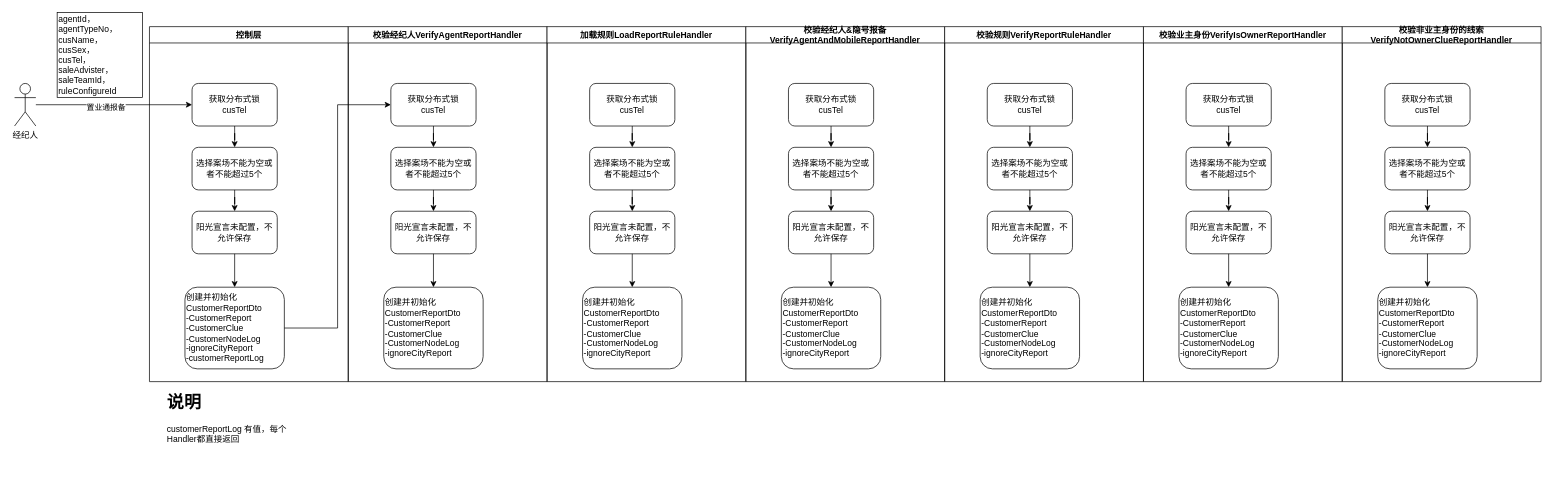
This is 客户中心.drawio from juesuchen/diagrams, a draw.io file, before an edit. Source tidied: cells renumbered, new cells numbered last; positions are measured from the earlier drawing's top-left corner, leaving out a move shared by most shapes. Both pictures are drawn from the tidied source at 71%, with x=0, y=0 at pixel (14, 12).
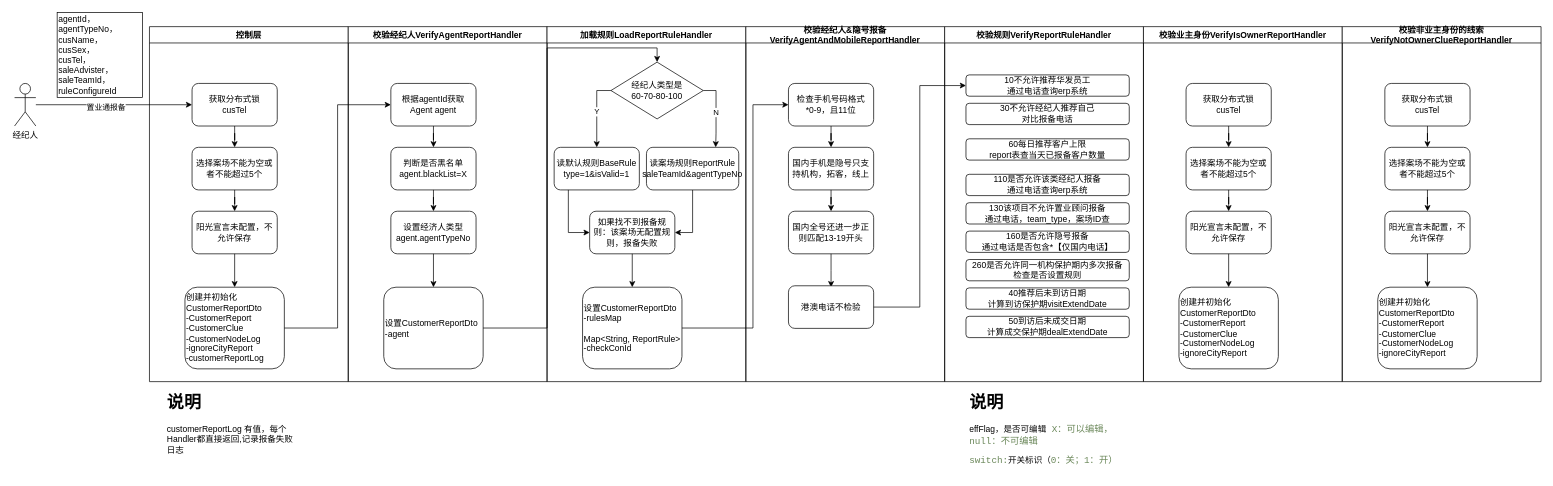
Above is the later version.

Commit message:
更新客户中心.drawio

The change refers to these unchanged cells:
```xml
<mxCell id="14" value="校验经纪人VerifyAgentReportHandler" style="swimlane;whiteSpace=wrap;html=1;shadow=0;" parent="1" vertex="1">
  <mxGeometry x="470" y="20" width="280" height="500" as="geometry" />
</mxCell>
<mxCell id="23" value="加载规则LoadReportRuleHandler" style="swimlane;whiteSpace=wrap;html=1;shadow=0;" parent="1" vertex="1">
  <mxGeometry x="750" y="20" width="280" height="500" as="geometry" />
</mxCell>
<mxCell id="31" value="校验经纪人&amp;amp;隐号报备VerifyAgentAndMobileReportHandler" style="swimlane;whiteSpace=wrap;html=1;shadow=0;" parent="1" vertex="1">
  <mxGeometry x="1030" y="20" width="280" height="500" as="geometry" />
</mxCell>
<mxCell id="39" value="校验规则VerifyReportRuleHandler" style="swimlane;whiteSpace=wrap;html=1;shadow=0;startSize=23;" parent="1" vertex="1">
  <mxGeometry x="1310" y="20" width="280" height="500" as="geometry" />
</mxCell>
```

Change to the diagram source:
```diff
@@
-    <mxCell id="16" value="&lt;div class=&quot;mind-clipboard&quot;&gt;获取分布式锁&lt;div&gt;cusTel&lt;/div&gt;&lt;/div&gt;" style="rounded=1;whiteSpace=wrap;html=1;shadow=0;" parent="14" vertex="1">
+    <mxCell id="16" value="&lt;div class=&quot;mind-clipboard&quot;&gt;根据agentId获取Agent agent&lt;/div&gt;" style="rounded=1;whiteSpace=wrap;html=1;shadow=0;" parent="14" vertex="1">
       <mxGeometry x="60" y="80" width="120" height="60" as="geometry" />
     </mxCell>
-    <mxCell id="17" value="&lt;div class=&quot;mind-clipboard&quot;&gt;选择案场不能为空或者不能超过5个&lt;br&gt;&lt;/div&gt;" style="rounded=1;whiteSpace=wrap;html=1;shadow=0;" parent="14" vertex="1">
+    <mxCell id="17" value="&lt;div class=&quot;mind-clipboard&quot;&gt;判断是否黑名单&lt;br&gt;&lt;/div&gt;&lt;div class=&quot;mind-clipboard&quot;&gt;agent.blackList=X&lt;/div&gt;" style="rounded=1;whiteSpace=wrap;html=1;shadow=0;" parent="14" vertex="1">
       <mxGeometry x="60" y="170" width="120" height="60" as="geometry" />
     </mxCell>
-    <mxCell id="18" value="&lt;div class=&quot;mind-clipboard&quot;&gt;阳光宣言未配置，不允许保存&lt;br&gt;&lt;/div&gt;" style="rounded=1;whiteSpace=wrap;html=1;shadow=0;" parent="14" vertex="1">
+    <mxCell id="18" value="&lt;div class=&quot;mind-clipboard&quot;&gt;设置经济人类型&lt;/div&gt;&lt;div class=&quot;mind-clipboard&quot;&gt;agent.agentTypeNo&lt;/div&gt;" style="rounded=1;whiteSpace=wrap;html=1;shadow=0;" parent="14" vertex="1">
       <mxGeometry x="60" y="260" width="120" height="60" as="geometry" />
     </mxCell>
@@
-    <mxCell id="20" value="&lt;div class=&quot;mind-clipboard&quot;&gt;创建并初始化CustomerReportDto&lt;br&gt;&lt;/div&gt;&lt;div class=&quot;mind-clipboard&quot;&gt;-CustomerReport&lt;/div&gt;&lt;div class=&quot;mind-clipboard&quot;&gt;-CustomerClue&lt;/div&gt;&lt;div class=&quot;mind-clipboard&quot;&gt;-CustomerNodeLog&lt;/div&gt;&lt;div class=&quot;mind-clipboard&quot;&gt;-ignoreCityReport&lt;/div&gt;" style="rounded=1;whiteSpace=wrap;html=1;shadow=0;align=left;" parent="14" vertex="1">
+    <mxCell id="20" value="&lt;div class=&quot;mind-clipboard&quot;&gt;设置CustomerReportDto&lt;br&gt;&lt;/div&gt;&lt;div class=&quot;mind-clipboard&quot;&gt;-agent&lt;/div&gt;" style="rounded=1;whiteSpace=wrap;html=1;shadow=0;align=left;" parent="14" vertex="1">
       <mxGeometry x="50" y="367" width="140" height="115" as="geometry" />
     </mxCell>
@@
-    <mxCell id="24" style="edgeStyle=orthogonalEdgeStyle;rounded=0;jettySize=auto;html=1;" parent="23" edge="1" source="25" target="26">
+    <mxCell id="24" value="Y" style="edgeStyle=orthogonalEdgeStyle;rounded=0;jettySize=auto;html=1;exitX=0;exitY=0.5;exitDx=0;exitDy=0;" parent="23" edge="1" source="65" target="26">
       <mxGeometry relative="1" as="geometry" />
     </mxCell>
-    <mxCell id="25" value="&lt;div class=&quot;mind-clipboard&quot;&gt;获取分布式锁&lt;div&gt;cusTel&lt;/div&gt;&lt;/div&gt;" style="rounded=1;whiteSpace=wrap;html=1;shadow=0;" parent="23" vertex="1">
-      <mxGeometry x="60" y="80" width="120" height="60" as="geometry" />
-    </mxCell>
-    <mxCell id="26" value="&lt;div class=&quot;mind-clipboard&quot;&gt;选择案场不能为空或者不能超过5个&lt;br&gt;&lt;/div&gt;" style="rounded=1;whiteSpace=wrap;html=1;shadow=0;" parent="23" vertex="1">
-      <mxGeometry x="60" y="170" width="120" height="60" as="geometry" />
+    <mxCell id="26" value="&lt;div class=&quot;mind-clipboard&quot;&gt;读默认规则BaseRule&lt;/div&gt;&lt;div class=&quot;mind-clipboard&quot;&gt;type=1&amp;amp;isValid=1&lt;/div&gt;" style="rounded=1;whiteSpace=wrap;html=1;shadow=0;" parent="23" vertex="1">
+      <mxGeometry x="10" y="170" width="120" height="60" as="geometry" />
     </mxCell>
-    <mxCell id="27" value="&lt;div class=&quot;mind-clipboard&quot;&gt;阳光宣言未配置，不允许保存&lt;br&gt;&lt;/div&gt;" style="rounded=1;whiteSpace=wrap;html=1;shadow=0;" parent="23" vertex="1">
+    <mxCell id="27" value="&lt;div class=&quot;mind-clipboard&quot;&gt;如果找不到报备规则：该案场无配置规则，报备失败&lt;br&gt;&lt;/div&gt;" style="rounded=1;whiteSpace=wrap;html=1;shadow=0;" parent="23" vertex="1">
       <mxGeometry x="60" y="260" width="120" height="60" as="geometry" />
     </mxCell>
     <mxCell id="28" style="edgeStyle=orthogonalEdgeStyle;rounded=0;jettySize=auto;html=1;" parent="23" edge="1" source="26" target="27">
-      <mxGeometry relative="1" as="geometry" />
+      <mxGeometry relative="1" as="geometry">
+        <Array as="points">
+          <mxPoint x="30" y="290" />
+        </Array>
+      </mxGeometry>
     </mxCell>
-    <mxCell id="29" value="&lt;div class=&quot;mind-clipboard&quot;&gt;创建并初始化CustomerReportDto&lt;br&gt;&lt;/div&gt;&lt;div class=&quot;mind-clipboard&quot;&gt;-CustomerReport&lt;/div&gt;&lt;div class=&quot;mind-clipboard&quot;&gt;-CustomerClue&lt;/div&gt;&lt;div class=&quot;mind-clipboard&quot;&gt;-CustomerNodeLog&lt;/div&gt;&lt;div class=&quot;mind-clipboard&quot;&gt;-ignoreCityReport&lt;/div&gt;" style="rounded=1;whiteSpace=wrap;html=1;shadow=0;align=left;" parent="23" vertex="1">
+    <mxCell id="29" value="&lt;div class=&quot;mind-clipboard&quot;&gt;设置CustomerReportDto&lt;br&gt;&lt;/div&gt;&lt;div class=&quot;mind-clipboard&quot;&gt;-rulesMap&lt;/div&gt;&lt;div class=&quot;mind-clipboard&quot;&gt;&lt;br&gt;&lt;/div&gt;&lt;div class=&quot;mind-clipboard&quot;&gt;Map&amp;lt;String, ReportRule&amp;gt;&lt;br&gt;&lt;/div&gt;&lt;div class=&quot;mind-clipboard&quot;&gt;-checkConId&lt;/div&gt;" style="rounded=1;whiteSpace=wrap;html=1;shadow=0;align=left;" parent="23" vertex="1">
       <mxGeometry x="50" y="367" width="140" height="115" as="geometry" />
     </mxCell>
@@
+    <mxCell id="64" value="N" style="edgeStyle=orthogonalEdgeStyle;rounded=0;jettySize=auto;html=1;exitX=1;exitY=0.5;exitDx=0;exitDy=0;entryX=0.75;entryY=0;entryDx=0;entryDy=0;" parent="23" edge="1" source="65" target="67">
+      <mxGeometry relative="1" as="geometry">
+        <Array as="points">
+          <mxPoint x="238" y="90" />
+          <mxPoint x="238" y="150" />
+        </Array>
+      </mxGeometry>
+    </mxCell>
+    <mxCell id="65" value="经纪人类型是&lt;br&gt;60-70-80-100" style="rhombus;whiteSpace=wrap;html=1;shadow=0;labelBackgroundColor=default;" parent="23" vertex="1">
+      <mxGeometry x="90" y="50" width="130" height="80" as="geometry" />
+    </mxCell>
+    <mxCell id="66" style="edgeStyle=orthogonalEdgeStyle;rounded=0;jettySize=auto;html=1;exitX=0.5;exitY=1;exitDx=0;exitDy=0;entryX=1;entryY=0.5;entryDx=0;entryDy=0;" parent="23" edge="1" source="67" target="27">
+      <mxGeometry relative="1" as="geometry" />
+    </mxCell>
+    <mxCell id="67" value="&lt;div class=&quot;mind-clipboard&quot;&gt;读案场规则ReportRule&lt;/div&gt;&lt;div class=&quot;mind-clipboard&quot;&gt;saleTeamId&amp;amp;agentTypeNo&lt;/div&gt;" style="rounded=1;whiteSpace=wrap;html=1;shadow=0;" parent="23" vertex="1">
+      <mxGeometry x="140" y="170" width="130" height="60" as="geometry" />
+    </mxCell>
@@
-    <mxCell id="33" value="&lt;div class=&quot;mind-clipboard&quot;&gt;获取分布式锁&lt;div&gt;cusTel&lt;/div&gt;&lt;/div&gt;" style="rounded=1;whiteSpace=wrap;html=1;shadow=0;" parent="31" vertex="1">
+    <mxCell id="33" value="&lt;div class=&quot;mind-clipboard&quot;&gt;检查手机号码格式&lt;/div&gt;&lt;div class=&quot;mind-clipboard&quot;&gt;*0-9，且11位&lt;/div&gt;" style="rounded=1;whiteSpace=wrap;html=1;shadow=0;" parent="31" vertex="1">
       <mxGeometry x="60" y="80" width="120" height="60" as="geometry" />
     </mxCell>
-    <mxCell id="34" value="&lt;div class=&quot;mind-clipboard&quot;&gt;选择案场不能为空或者不能超过5个&lt;br&gt;&lt;/div&gt;" style="rounded=1;whiteSpace=wrap;html=1;shadow=0;" parent="31" vertex="1">
+    <mxCell id="34" value="&lt;div class=&quot;mind-clipboard&quot;&gt;国内手机是隐号只支持机构，拓客，线上&lt;/div&gt;" style="rounded=1;whiteSpace=wrap;html=1;shadow=0;" parent="31" vertex="1">
       <mxGeometry x="60" y="170" width="120" height="60" as="geometry" />
     </mxCell>
-    <mxCell id="35" value="&lt;div class=&quot;mind-clipboard&quot;&gt;阳光宣言未配置，不允许保存&lt;br&gt;&lt;/div&gt;" style="rounded=1;whiteSpace=wrap;html=1;shadow=0;" parent="31" vertex="1">
+    <mxCell id="35" value="&lt;div class=&quot;mind-clipboard&quot;&gt;国内全号还进一步正则匹配13-19开头&lt;/div&gt;" style="rounded=1;whiteSpace=wrap;html=1;shadow=0;" parent="31" vertex="1">
       <mxGeometry x="60" y="260" width="120" height="60" as="geometry" />
     </mxCell>
@@
-    <mxCell id="37" value="&lt;div class=&quot;mind-clipboard&quot;&gt;创建并初始化CustomerReportDto&lt;br&gt;&lt;/div&gt;&lt;div class=&quot;mind-clipboard&quot;&gt;-CustomerReport&lt;/div&gt;&lt;div class=&quot;mind-clipboard&quot;&gt;-CustomerClue&lt;/div&gt;&lt;div class=&quot;mind-clipboard&quot;&gt;-CustomerNodeLog&lt;/div&gt;&lt;div class=&quot;mind-clipboard&quot;&gt;-ignoreCityReport&lt;/div&gt;" style="rounded=1;whiteSpace=wrap;html=1;shadow=0;align=left;" parent="31" vertex="1">
-      <mxGeometry x="50" y="367" width="140" height="115" as="geometry" />
-    </mxCell>
-    <mxCell id="38" style="edgeStyle=orthogonalEdgeStyle;rounded=0;jettySize=auto;html=1;" parent="31" edge="1" source="35" target="37">
-      <mxGeometry relative="1" as="geometry" />
+    <mxCell id="38" style="edgeStyle=orthogonalEdgeStyle;rounded=0;jettySize=auto;html=1;" parent="31" edge="1" source="35">
+      <mxGeometry relative="1" as="geometry">
+        <mxPoint x="120" y="367" as="targetPoint" />
+      </mxGeometry>
     </mxCell>
+    <mxCell id="68" value="&lt;div class=&quot;mind-clipboard&quot;&gt;港澳电话不检验&lt;/div&gt;" style="rounded=1;whiteSpace=wrap;html=1;shadow=0;" parent="31" vertex="1">
+      <mxGeometry x="60" y="365" width="120" height="60" as="geometry" />
+    </mxCell>
@@
-    <mxCell id="40" style="edgeStyle=orthogonalEdgeStyle;rounded=0;jettySize=auto;html=1;" parent="39" edge="1" source="41" target="42">
-      <mxGeometry relative="1" as="geometry" />
-    </mxCell>
-    <mxCell id="41" value="&lt;div class=&quot;mind-clipboard&quot;&gt;获取分布式锁&lt;div&gt;cusTel&lt;/div&gt;&lt;/div&gt;" style="rounded=1;whiteSpace=wrap;html=1;shadow=0;" parent="39" vertex="1">
-      <mxGeometry x="60" y="80" width="120" height="60" as="geometry" />
+    <mxCell id="41" value="&lt;div class=&quot;mind-clipboard&quot;&gt;10不允许推荐华发员工&lt;/div&gt;&lt;div class=&quot;mind-clipboard&quot;&gt;通过电话查询erp系统&lt;/div&gt;" style="rounded=1;whiteSpace=wrap;html=1;shadow=0;" parent="39" vertex="1">
+      <mxGeometry x="30" y="68" width="230" height="30" as="geometry" />
     </mxCell>
-    <mxCell id="42" value="&lt;div class=&quot;mind-clipboard&quot;&gt;选择案场不能为空或者不能超过5个&lt;br&gt;&lt;/div&gt;" style="rounded=1;whiteSpace=wrap;html=1;shadow=0;" parent="39" vertex="1">
-      <mxGeometry x="60" y="170" width="120" height="60" as="geometry" />
-    </mxCell>
-    <mxCell id="43" value="&lt;div class=&quot;mind-clipboard&quot;&gt;阳光宣言未配置，不允许保存&lt;br&gt;&lt;/div&gt;" style="rounded=1;whiteSpace=wrap;html=1;shadow=0;" parent="39" vertex="1">
-      <mxGeometry x="60" y="260" width="120" height="60" as="geometry" />
-    </mxCell>
-    <mxCell id="44" style="edgeStyle=orthogonalEdgeStyle;rounded=0;jettySize=auto;html=1;" parent="39" edge="1" source="42" target="43">
-      <mxGeometry relative="1" as="geometry" />
-    </mxCell>
-    <mxCell id="45" value="&lt;div class=&quot;mind-clipboard&quot;&gt;创建并初始化CustomerReportDto&lt;br&gt;&lt;/div&gt;&lt;div class=&quot;mind-clipboard&quot;&gt;-CustomerReport&lt;/div&gt;&lt;div class=&quot;mind-clipboard&quot;&gt;-CustomerClue&lt;/div&gt;&lt;div class=&quot;mind-clipboard&quot;&gt;-CustomerNodeLog&lt;/div&gt;&lt;div class=&quot;mind-clipboard&quot;&gt;-ignoreCityReport&lt;/div&gt;" style="rounded=1;whiteSpace=wrap;html=1;shadow=0;align=left;" parent="39" vertex="1">
-      <mxGeometry x="50" y="367" width="140" height="115" as="geometry" />
-    </mxCell>
-    <mxCell id="46" style="edgeStyle=orthogonalEdgeStyle;rounded=0;jettySize=auto;html=1;" parent="39" edge="1" source="43" target="45">
-      <mxGeometry relative="1" as="geometry" />
-    </mxCell>
+    <mxCell id="69" value="&lt;div class=&quot;mind-clipboard&quot;&gt;30&lt;span style=&quot;background-color: initial;&quot;&gt;不允许经纪人推荐自己&lt;/span&gt;&lt;/div&gt;&lt;div class=&quot;mind-clipboard&quot;&gt;&lt;span style=&quot;background-color: initial;&quot;&gt;对比报备电话&lt;/span&gt;&lt;br&gt;&lt;/div&gt;" style="rounded=1;whiteSpace=wrap;html=1;shadow=0;" parent="39" vertex="1">
+      <mxGeometry x="30" y="108" width="230" height="30" as="geometry" />
+    </mxCell>
+    <mxCell id="70" value="&lt;div class=&quot;mind-clipboard&quot;&gt;60每日推荐客户上限&lt;/div&gt;&lt;div class=&quot;mind-clipboard&quot;&gt;report表查当天已报备客户数量&lt;/div&gt;" style="rounded=1;whiteSpace=wrap;html=1;shadow=0;" parent="39" vertex="1">
+      <mxGeometry x="30" y="158" width="230" height="30" as="geometry" />
+    </mxCell>
+    <mxCell id="71" value="&lt;div class=&quot;mind-clipboard&quot;&gt;110是否允许该类经纪人报备&lt;/div&gt;&lt;div class=&quot;mind-clipboard&quot;&gt;&lt;span style=&quot;background-color: initial;&quot;&gt;通过电话查询erp系统&lt;/span&gt;&lt;br&gt;&lt;/div&gt;" style="rounded=1;whiteSpace=wrap;html=1;shadow=0;" parent="39" vertex="1">
+      <mxGeometry x="30" y="208" width="230" height="30" as="geometry" />
+    </mxCell>
+    <mxCell id="72" value="&lt;div class=&quot;mind-clipboard&quot;&gt;130该项目不允许置业顾问报备&lt;br&gt;&lt;/div&gt;&lt;div class=&quot;mind-clipboard&quot;&gt;通过电话，team_type，案场ID查&lt;/div&gt;" style="rounded=1;whiteSpace=wrap;html=1;shadow=0;" parent="39" vertex="1">
+      <mxGeometry x="30" y="248" width="230" height="30" as="geometry" />
+    </mxCell>
+    <mxCell id="73" value="&lt;div class=&quot;mind-clipboard&quot;&gt;160是否允许隐号报备&lt;/div&gt;&lt;div class=&quot;mind-clipboard&quot;&gt;&lt;span style=&quot;background-color: initial;&quot;&gt;通过电话是否包含*【仅国内电话】&lt;/span&gt;&lt;br&gt;&lt;/div&gt;" style="rounded=1;whiteSpace=wrap;html=1;shadow=0;" parent="39" vertex="1">
+      <mxGeometry x="30" y="288" width="230" height="30" as="geometry" />
+    </mxCell>
+    <mxCell id="74" value="&lt;div class=&quot;mind-clipboard&quot;&gt;260是否允许同一机构保护期内多次报备&lt;/div&gt;&lt;div class=&quot;mind-clipboard&quot;&gt;检查是否设置规则&lt;/div&gt;" style="rounded=1;whiteSpace=wrap;html=1;shadow=0;" parent="39" vertex="1">
+      <mxGeometry x="30" y="328" width="230" height="30" as="geometry" />
+    </mxCell>
+    <mxCell id="75" value="&lt;div class=&quot;mind-clipboard&quot;&gt;40推荐后未到访日期&lt;/div&gt;&lt;div class=&quot;mind-clipboard&quot;&gt;计算到访保护期visitExtendDate&lt;/div&gt;" style="rounded=1;whiteSpace=wrap;html=1;shadow=0;" parent="39" vertex="1">
+      <mxGeometry x="30" y="368" width="230" height="30" as="geometry" />
+    </mxCell>
+    <mxCell id="76" value="&lt;div class=&quot;mind-clipboard&quot;&gt;50到访后未成交日期&lt;/div&gt;&lt;div class=&quot;mind-clipboard&quot;&gt;&lt;span style=&quot;background-color: initial;&quot;&gt;计算成交保护期&lt;/span&gt;dealExtendDate&lt;br&gt;&lt;/div&gt;" style="rounded=1;whiteSpace=wrap;html=1;shadow=0;" parent="39" vertex="1">
+      <mxGeometry x="30" y="408" width="230" height="30" as="geometry" />
+    </mxCell>
@@
-    <mxCell id="63" value="&lt;h1&gt;说明&lt;/h1&gt;&lt;p&gt;customerReportLog 有值，每个Handler都直接返回&lt;br&gt;&lt;/p&gt;" style="text;html=1;strokeColor=none;fillColor=none;spacing=5;spacingTop=-20;whiteSpace=wrap;overflow=hidden;rounded=0;" parent="1" vertex="1">
+    <mxCell id="63" value="&lt;h1&gt;说明&lt;/h1&gt;&lt;p&gt;customerReportLog 有值，每个Handler都直接返回,记录报备失败日志&lt;br&gt;&lt;/p&gt;" style="text;html=1;strokeColor=none;fillColor=none;spacing=5;spacingTop=-20;whiteSpace=wrap;overflow=hidden;rounded=0;" parent="1" vertex="1">
       <mxGeometry x="210" y="530" width="190" height="120" as="geometry" />
     </mxCell>
+    <mxCell id="77" style="edgeStyle=orthogonalEdgeStyle;rounded=0;jettySize=auto;html=1;exitX=1;exitY=0.5;exitDx=0;exitDy=0;entryX=0.5;entryY=0;entryDx=0;entryDy=0;" parent="1" edge="1" source="20" target="65">
+      <mxGeometry relative="1" as="geometry" />
+    </mxCell>
+    <mxCell id="78" style="edgeStyle=orthogonalEdgeStyle;rounded=0;jettySize=auto;html=1;exitX=1;exitY=0.5;exitDx=0;exitDy=0;entryX=0;entryY=0.5;entryDx=0;entryDy=0;" parent="1" edge="1" source="29" target="33">
+      <mxGeometry relative="1" as="geometry">
+        <Array as="points">
+          <mxPoint x="1040" y="445" />
+          <mxPoint x="1040" y="130" />
+        </Array>
+      </mxGeometry>
+    </mxCell>
+    <mxCell id="79" style="edgeStyle=orthogonalEdgeStyle;rounded=0;jettySize=auto;html=1;exitX=1;exitY=0.5;exitDx=0;exitDy=0;entryX=0;entryY=0.5;entryDx=0;entryDy=0;" parent="1" edge="1" source="68" target="41">
+      <mxGeometry relative="1" as="geometry" />
+    </mxCell>
+    <mxCell id="80" value="&lt;h1&gt;说明&lt;/h1&gt;&lt;p&gt;effFlag，是否可编辑&lt;span style=&quot;font-size: 9.8pt; color: rgb(106, 135, 89); font-family: &amp;quot;JetBrains Mono&amp;quot;, monospace;&quot;&gt; X&lt;/span&gt;&lt;span style=&quot;font-family: 宋体, monospace; font-size: 9.8pt; color: rgb(106, 135, 89);&quot;&gt;：可以编辑，&lt;/span&gt;&lt;span style=&quot;font-size: 9.8pt; color: rgb(106, 135, 89); font-family: &amp;quot;JetBrains Mono&amp;quot;, monospace;&quot;&gt;null&lt;/span&gt;&lt;span style=&quot;font-family: 宋体, monospace; font-size: 9.8pt; color: rgb(106, 135, 89);&quot;&gt;：不可编辑&lt;/span&gt;&lt;br&gt;&lt;/p&gt;&lt;p&gt;&lt;span style=&quot;font-family: 宋体, monospace; font-size: 9.8pt; color: rgb(106, 135, 89);&quot;&gt;switch:&lt;/span&gt;开关标识（&lt;span style=&quot;font-size: 9.8pt; color: rgb(106, 135, 89); font-family: &amp;quot;JetBrains Mono&amp;quot;, monospace;&quot;&gt;0&lt;/span&gt;&lt;span style=&quot;font-family: 宋体, monospace; font-size: 9.8pt; color: rgb(106, 135, 89);&quot;&gt;：关；&lt;/span&gt;&lt;span style=&quot;font-size: 9.8pt; color: rgb(106, 135, 89); font-family: &amp;quot;JetBrains Mono&amp;quot;, monospace;&quot;&gt;1&lt;/span&gt;&lt;span style=&quot;font-family: 宋体, monospace; font-size: 9.8pt; color: rgb(106, 135, 89);&quot;&gt;：开）&lt;/span&gt;&lt;/p&gt;" style="text;html=1;strokeColor=none;fillColor=none;spacing=5;spacingTop=-20;whiteSpace=wrap;overflow=hidden;rounded=0;" parent="1" vertex="1">
+      <mxGeometry x="1340" y="530" width="220" height="120" as="geometry" />
+    </mxCell>
```
